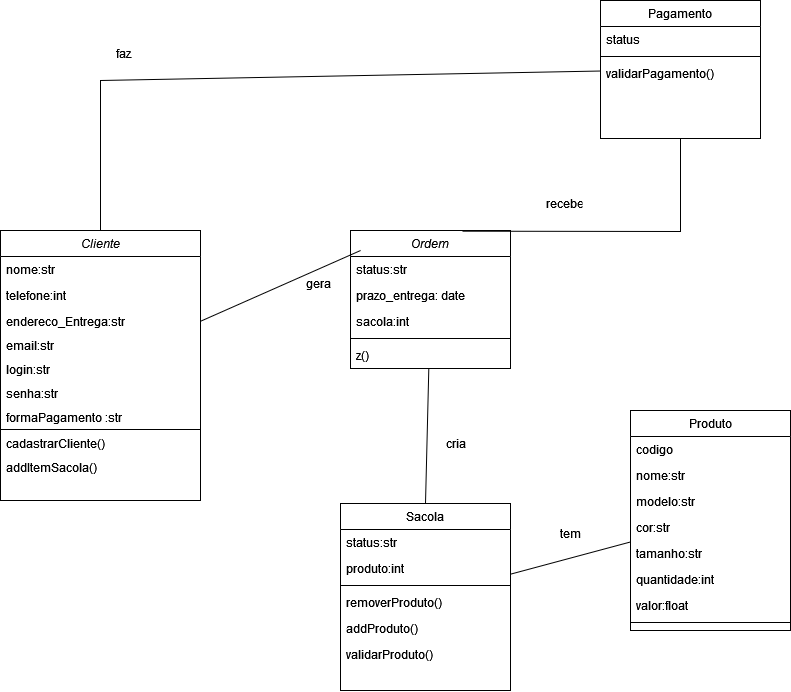
Tpirate90/TP90 keeps this draw.io diagram as e-commerceB.drawio.png. Above is the earlier version. Source tidied: cells renumbered, new cells last; positions are measured from the earlier drawing's top-left corner, leaving out a move shared by most shapes.
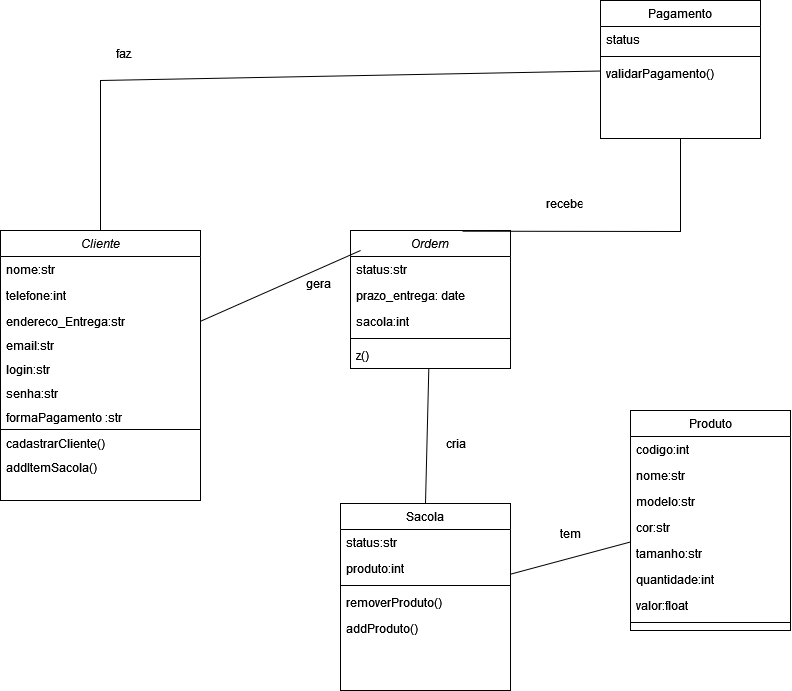
The same diagram one commit later.

What changed in the source:
```diff
@@ -53,13 +53,10 @@
     <mxCell id="18" value="addProduto()" style="text;align=left;verticalAlign=top;spacingLeft=4;spacingRight=4;overflow=hidden;" parent="13" vertex="1">
       <mxGeometry y="112" width="170" height="26" as="geometry" />
     </mxCell>
-    <mxCell id="19" value="validarProduto()" style="text;align=left;verticalAlign=top;spacingLeft=4;spacingRight=4;overflow=hidden;" parent="13" vertex="1">
-      <mxGeometry y="138" width="170" height="26" as="geometry" />
-    </mxCell>
     <mxCell id="20" value="Produto" style="swimlane;fontStyle=0;align=center;verticalAlign=top;horizontal=1;startSize=26;rounded=0;shadow=0;strokeWidth=1;" parent="1" vertex="1">
       <mxGeometry x="630" y="410" width="160" height="220" as="geometry" />
     </mxCell>
-    <mxCell id="21" value="codigo" style="text;align=left;verticalAlign=top;spacingLeft=4;spacingRight=4;overflow=hidden;" parent="20" vertex="1">
+    <mxCell id="21" value="codigo:int" style="text;align=left;verticalAlign=top;spacingLeft=4;spacingRight=4;overflow=hidden;" parent="20" vertex="1">
       <mxGeometry y="26" width="160" height="26" as="geometry" />
     </mxCell>
     <mxCell id="22" value="nome:str" style="text;align=left;verticalAlign=top;spacingLeft=4;spacingRight=4;overflow=hidden;" parent="20" vertex="1">
```
